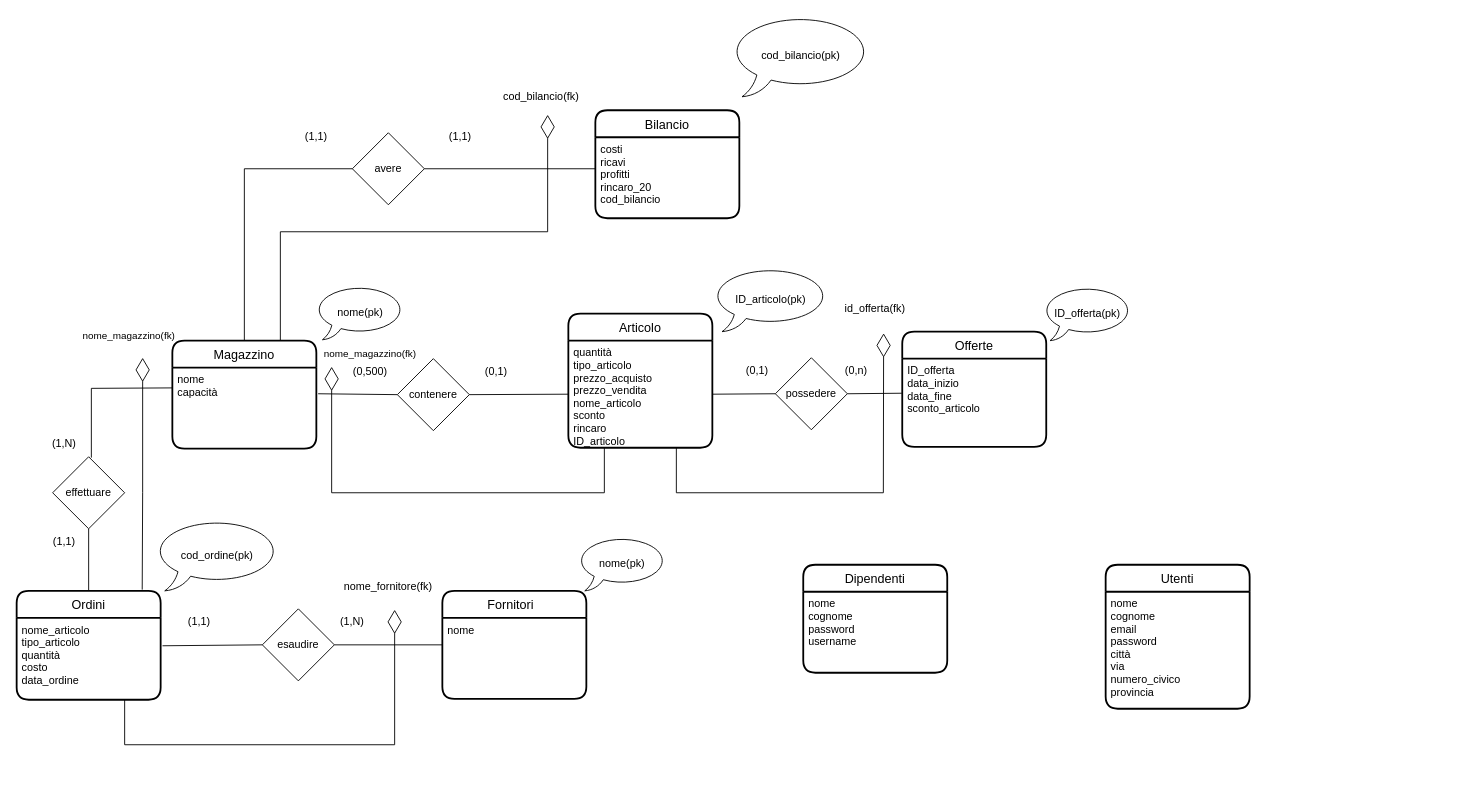
Earlier version of the draw.io diagram AccessPort.drawio (Bugigio/Negozi-Sportivi). Source tidied: cells renumbered, new cells numbered last; positions are measured from the earlier drawing's top-left corner, leaving out a move shared by most shapes. Both pictures are drawn from the tidied source at 90%, with x=0, y=0 at pixel (16, 15).
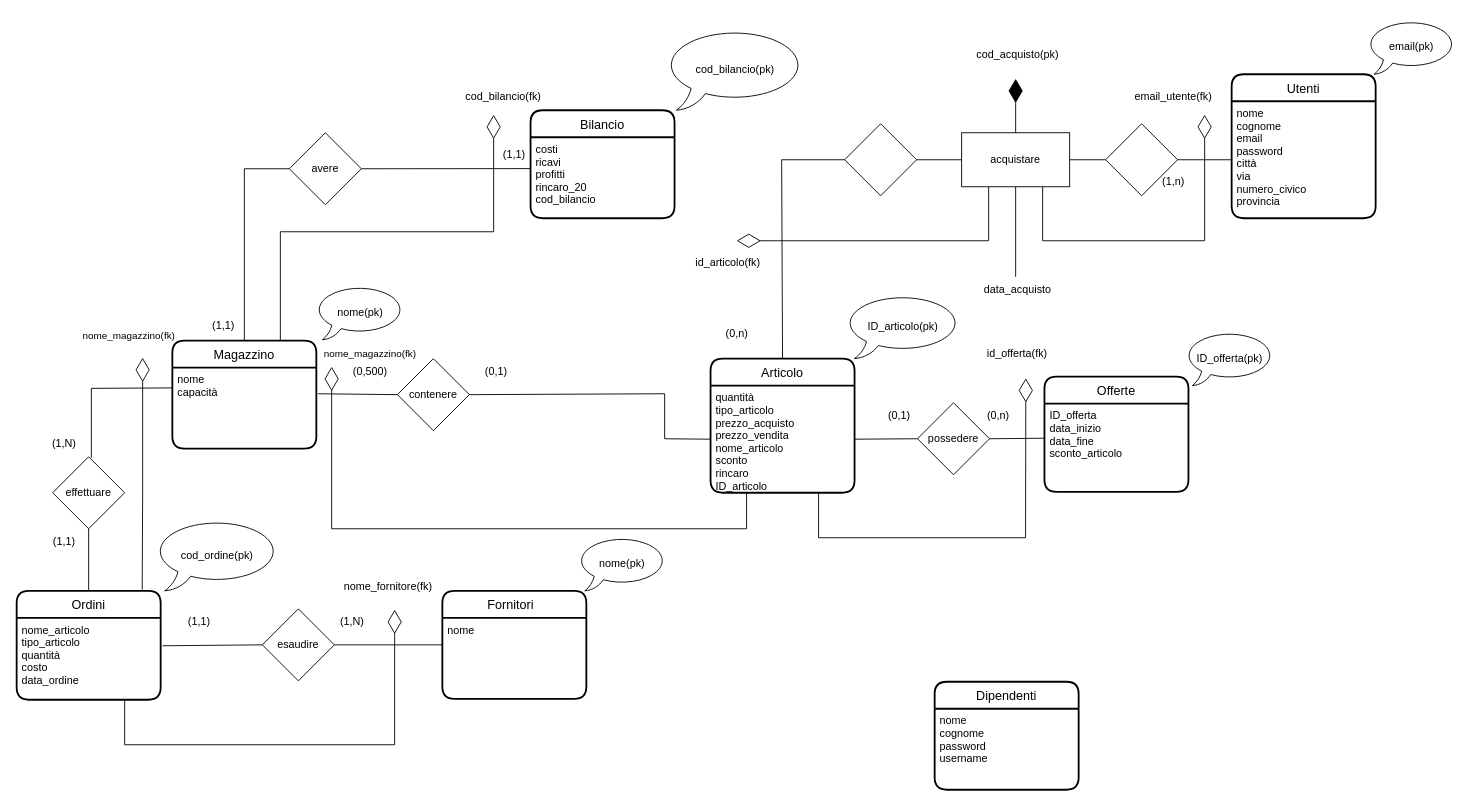
After the change.

The change refers to these unchanged cells:
```xml
<mxCell id="2" value="contenere" style="rhombus;whiteSpace=wrap;html=1;fillColor=#FFFFFF;" parent="1" vertex="1">
  <mxGeometry x="423" y="381" width="80" height="80" as="geometry" />
</mxCell>
<mxCell id="15" value="quantità&#10;tipo_articolo&#10;prezzo_acquisto&#10;prezzo_vendita&#10;nome_articolo&#10;sconto&#10;rincaro&#10;ID_articolo" style="align=left;strokeColor=none;fillColor=none;spacingLeft=4;fontSize=12;verticalAlign=top;" parent="14" vertex="1">
  <mxGeometry y="30" width="160" height="119" as="geometry" />
</mxCell>
<mxCell id="17" value="costi&#10;ricavi&#10;profitti&#10;rincaro_20&#10;cod_bilancio" style="align=left;strokeColor=none;fillColor=none;spacingLeft=4;fontSize=12;verticalAlign=top;" parent="16" vertex="1">
  <mxGeometry y="30" width="160" height="90" as="geometry" />
</mxCell>
<mxCell id="22" value="Magazzino" style="swimlane;horizontal=1;startSize=30;rounded=1;fontSize=14;fontStyle=0;strokeWidth=2;shadow=0;dashed=0;align=center;fillColor=default;" parent="1" vertex="1">
  <mxGeometry x="173" y="361" width="160" height="120" as="geometry" />
</mxCell>
<mxCell id="58" value="nome&#10;cognome&#10;email&#10;password&#10;città&#10;via &#10;numero_civico&#10;provincia" style="align=left;strokeColor=none;fillColor=none;spacingLeft=4;fontSize=12;verticalAlign=top;" parent="57" vertex="1">
  <mxGeometry y="30" width="160" height="130" as="geometry" />
</mxCell>
```

The edit, as a diff of the source:
```diff
@@
     <mxCell id="5" value="avere" style="rhombus;whiteSpace=wrap;html=1;fillColor=#FFFFFF;" parent="1" vertex="1">
-      <mxGeometry x="373" y="130" width="80" height="80" as="geometry" />
+      <mxGeometry x="303" y="130" width="80" height="80" as="geometry" />
     </mxCell>
@@
     <mxCell id="8" value="(1,1)" style="text;html=1;strokeColor=none;fillColor=none;align=center;verticalAlign=middle;whiteSpace=wrap;rounded=0;" parent="1" vertex="1">
-      <mxGeometry x="303" y="120" width="60" height="30" as="geometry" />
+      <mxGeometry x="200" y="330" width="60" height="30" as="geometry" />
     </mxCell>
     <mxCell id="9" value="(1,1)" style="text;html=1;strokeColor=none;fillColor=none;align=center;verticalAlign=middle;whiteSpace=wrap;rounded=0;" parent="1" vertex="1">
-      <mxGeometry x="463" y="120" width="60" height="30" as="geometry" />
+      <mxGeometry x="523" y="140" width="60" height="30" as="geometry" />
     </mxCell>
@@
     <mxCell id="14" value="Articolo" style="swimlane;horizontal=1;startSize=30;rounded=1;fontSize=14;fontStyle=0;strokeWidth=2;shadow=0;dashed=0;align=center;fillColor=default;" parent="1" vertex="1">
-      <mxGeometry x="613" y="331" width="160" height="149" as="geometry" />
+      <mxGeometry x="771" y="381" width="160" height="149" as="geometry" />
     </mxCell>
@@
     <mxCell id="16" value="Bilancio" style="swimlane;horizontal=1;startSize=30;rounded=1;fontSize=14;fontStyle=0;strokeWidth=2;shadow=0;dashed=0;align=center;fillColor=default;" parent="1" vertex="1">
-      <mxGeometry x="643" y="105" width="160" height="120" as="geometry" />
+      <mxGeometry x="571" y="105" width="160" height="120" as="geometry" />
     </mxCell>
@@
     <mxCell id="24" value="Offerte" style="swimlane;horizontal=1;startSize=30;rounded=1;fontSize=14;fontStyle=0;strokeWidth=2;shadow=0;dashed=0;align=center;fillColor=default;" parent="1" vertex="1">
-      <mxGeometry x="984" y="351" width="160" height="128" as="geometry" />
+      <mxGeometry x="1142" y="401" width="160" height="128" as="geometry" />
     </mxCell>
@@
-    <mxCell id="27" style="endArrow=none;html=1;rounded=0;entryX=1;entryY=0.5;entryDx=0;entryDy=0;" parent="1" edge="1" target="5">
-      <mxGeometry relative="1" as="geometry">
-        <mxPoint x="643" y="170" as="sourcePoint" />
-      </mxGeometry>
+    <mxCell id="27" style="endArrow=none;html=1;rounded=0;entryX=1;entryY=0.5;entryDx=0;entryDy=0;exitX=0.003;exitY=0.387;exitDx=0;exitDy=0;exitPerimeter=0;" parent="1" edge="1" source="17" target="5">
+      <mxGeometry relative="1" as="geometry" />
     </mxCell>
@@
     <mxCell id="29" style="endArrow=none;html=1;rounded=0;exitX=1;exitY=0.5;exitDx=0;exitDy=0;entryX=0;entryY=0.5;entryDx=0;entryDy=0;" parent="1" edge="1" source="2" target="15">
-      <mxGeometry relative="1" as="geometry" />
+      <mxGeometry relative="1" as="geometry">
+        <Array as="points">
+          <mxPoint x="720" y="420" />
+          <mxPoint x="720" y="470" />
+        </Array>
+      </mxGeometry>
     </mxCell>
@@
     <mxCell id="33" value="possedere" style="rhombus;whiteSpace=wrap;html=1;fillColor=default;" parent="1" vertex="1">
-      <mxGeometry x="843" y="380" width="80" height="80" as="geometry" />
+      <mxGeometry x="1001" y="430" width="80" height="80" as="geometry" />
     </mxCell>
@@
     <mxCell id="36" value="(0,n)" style="text;html=1;strokeColor=none;fillColor=none;align=center;verticalAlign=middle;whiteSpace=wrap;rounded=0;" parent="1" vertex="1">
-      <mxGeometry x="903" y="380" width="60" height="30" as="geometry" />
+      <mxGeometry x="1061" y="430" width="60" height="30" as="geometry" />
     </mxCell>
     <mxCell id="37" value="(0,1)" style="text;html=1;strokeColor=none;fillColor=none;align=center;verticalAlign=middle;whiteSpace=wrap;rounded=0;" parent="1" vertex="1">
-      <mxGeometry x="793" y="380" width="60" height="30" as="geometry" />
+      <mxGeometry x="951" y="430" width="60" height="30" as="geometry" />
     </mxCell>
@@
     <mxCell id="41" value="ID_offerta(pk)" style="whiteSpace=wrap;html=1;shape=mxgraph.basic.oval_callout;" parent="1" vertex="1">
-      <mxGeometry x="1140" y="301" width="100" height="60" as="geometry" />
+      <mxGeometry x="1298" y="351" width="100" height="60" as="geometry" />
     </mxCell>
     <mxCell id="42" value="ID_articolo(pk)" style="whiteSpace=wrap;html=1;shape=mxgraph.basic.oval_callout;" parent="1" vertex="1">
-      <mxGeometry x="773" y="280" width="130" height="71" as="geometry" />
+      <mxGeometry x="920" y="310" width="130" height="71" as="geometry" />
     </mxCell>
     <mxCell id="43" value="cod_bilancio(pk)" style="whiteSpace=wrap;html=1;shape=mxgraph.basic.oval_callout;" parent="1" vertex="1">
-      <mxGeometry x="793" width="157" height="90" as="geometry" />
+      <mxGeometry x="720" y="15" width="157" height="90" as="geometry" />
     </mxCell>
     <mxCell id="44" style="endArrow=diamondThin;endFill=0;endSize=24;html=1;rounded=0;exitX=0.75;exitY=0;exitDx=0;exitDy=0;" parent="1" edge="1" source="22">
       <mxGeometry relative="1" as="geometry">
-        <mxPoint x="590" y="110" as="targetPoint" />
+        <mxPoint x="530" y="110" as="targetPoint" />
         <Array as="points">
           <mxPoint x="293" y="240" />
-          <mxPoint x="590" y="240" />
+          <mxPoint x="530" y="240" />
         </Array>
       </mxGeometry>
     </mxCell>
     <mxCell id="45" value="cod_bilancio(fk)" style="text;html=1;strokeColor=none;fillColor=none;align=center;verticalAlign=middle;whiteSpace=wrap;rounded=0;" parent="1" vertex="1">
-      <mxGeometry x="553" y="75" width="60" height="30" as="geometry" />
+      <mxGeometry x="511" y="75" width="60" height="30" as="geometry" />
     </mxCell>
@@
     <mxCell id="49" style="endArrow=diamondThin;endFill=0;endSize=24;html=1;rounded=0;exitX=0.25;exitY=1;exitDx=0;exitDy=0;" parent="1" edge="1" source="14">
       <mxGeometry relative="1" as="geometry">
         <mxPoint x="350" y="390" as="targetPoint" />
         <Array as="points">
-          <mxPoint x="653" y="530" />
-          <mxPoint x="350" y="530" />
+          <mxPoint x="811" y="570" />
+          <mxPoint x="350" y="570" />
         </Array>
       </mxGeometry>
     </mxCell>
@@
     <mxCell id="53" style="endArrow=diamondThin;endFill=0;endSize=24;html=1;rounded=0;exitX=0.75;exitY=1;exitDx=0;exitDy=0;entryX=0.672;entryY=1.061;entryDx=0;entryDy=0;entryPerimeter=0;" parent="1" edge="1" source="14">
       <mxGeometry relative="1" as="geometry">
-        <mxPoint x="963.3" y="352.8" as="targetPoint" />
+        <mxPoint x="1121.3" y="402.8" as="targetPoint" />
         <Array as="points">
-          <mxPoint x="733" y="530" />
-          <mxPoint x="963" y="530" />
+          <mxPoint x="891" y="580" />
+          <mxPoint x="1121" y="580" />
         </Array>
       </mxGeometry>
     </mxCell>
     <mxCell id="54" value="id_offerta(fk)" style="text;html=1;strokeColor=none;fillColor=none;align=center;verticalAlign=middle;whiteSpace=wrap;rounded=0;" parent="1" vertex="1">
-      <mxGeometry x="924" y="311" width="60" height="30" as="geometry" />
+      <mxGeometry x="1082" y="361" width="60" height="30" as="geometry" />
     </mxCell>
     <mxCell id="55" value="Dipendenti" style="swimlane;horizontal=1;startSize=30;rounded=1;fontSize=14;fontStyle=0;strokeWidth=2;shadow=0;dashed=0;align=center;fillColor=default;" parent="1" vertex="1">
-      <mxGeometry x="874" y="610" width="160" height="120" as="geometry" />
+      <mxGeometry x="1020" y="740" width="160" height="120" as="geometry" />
     </mxCell>
@@
     <mxCell id="57" value="Utenti" style="swimlane;horizontal=1;startSize=30;rounded=1;fontSize=14;fontStyle=0;strokeWidth=2;shadow=0;dashed=0;align=center;fillColor=default;" parent="1" vertex="1">
-      <mxGeometry x="1210" y="610" width="160" height="160" as="geometry" />
+      <mxGeometry x="1350" y="65" width="160" height="160" as="geometry" />
     </mxCell>
@@
+    <mxCell id="59" value="acquistare" style="rounded=0;whiteSpace=wrap;html=1;" parent="1" vertex="1">
+      <mxGeometry x="1050" y="130" width="120" height="60" as="geometry" />
+    </mxCell>
+    <mxCell id="60" style="rhombus;whiteSpace=wrap;html=1;fillColor=#FFFFFF;" parent="1" vertex="1">
+      <mxGeometry x="920" y="120" width="80" height="80" as="geometry" />
+    </mxCell>
+    <mxCell id="61" style="rhombus;whiteSpace=wrap;html=1;fillColor=#FFFFFF;" parent="1" vertex="1">
+      <mxGeometry x="1210" y="120" width="80" height="80" as="geometry" />
+    </mxCell>
+    <mxCell id="62" style="endArrow=none;html=1;rounded=0;exitX=1;exitY=0.5;exitDx=0;exitDy=0;entryX=0;entryY=0.5;entryDx=0;entryDy=0;" parent="1" edge="1" source="60" target="59">
+      <mxGeometry relative="1" as="geometry" />
+    </mxCell>
+    <mxCell id="63" style="endArrow=none;html=1;rounded=0;exitX=1;exitY=0.5;exitDx=0;exitDy=0;entryX=0;entryY=0.5;entryDx=0;entryDy=0;" parent="1" edge="1" source="59" target="61">
+      <mxGeometry relative="1" as="geometry" />
+    </mxCell>
+    <mxCell id="64" style="endArrow=none;html=1;rounded=0;exitX=1;exitY=0.5;exitDx=0;exitDy=0;entryX=0;entryY=0.5;entryDx=0;entryDy=0;" parent="1" edge="1" source="61" target="58">
+      <mxGeometry relative="1" as="geometry" />
+    </mxCell>
+    <mxCell id="65" style="endArrow=none;html=1;rounded=0;exitX=0;exitY=0.5;exitDx=0;exitDy=0;entryX=0.5;entryY=0;entryDx=0;entryDy=0;" parent="1" edge="1" source="60" target="14">
+      <mxGeometry relative="1" as="geometry">
+        <Array as="points">
+          <mxPoint x="850" y="160" />
+        </Array>
+      </mxGeometry>
+    </mxCell>
+    <mxCell id="66" style="endArrow=diamondThin;endFill=1;endSize=24;html=1;rounded=0;exitX=0.5;exitY=0;exitDx=0;exitDy=0;" parent="1" edge="1" source="59">
+      <mxGeometry relative="1" as="geometry">
+        <mxPoint x="1110" y="70" as="targetPoint" />
+      </mxGeometry>
+    </mxCell>
+    <mxCell id="67" value="cod_acquisto(pk)" style="text;html=1;align=center;verticalAlign=middle;strokeColor=none;fillColor=none;" parent="1" vertex="1">
+      <mxGeometry x="1057" y="28" width="110" height="30" as="geometry" />
+    </mxCell>
+    <mxCell id="68" style="endArrow=diamondThin;endFill=0;endSize=24;html=1;rounded=0;exitX=0.25;exitY=1;exitDx=0;exitDy=0;" parent="1" edge="1" source="59">
+      <mxGeometry relative="1" as="geometry">
+        <mxPoint x="800" y="250" as="targetPoint" />
+        <Array as="points">
+          <mxPoint x="1080" y="250" />
+        </Array>
+      </mxGeometry>
+    </mxCell>
+    <mxCell id="69" value="id_articolo(fk)" style="text;html=1;align=center;verticalAlign=middle;strokeColor=none;fillColor=none;" parent="1" vertex="1">
+      <mxGeometry x="740" y="260" width="100" height="30" as="geometry" />
+    </mxCell>
+    <mxCell id="70" style="endArrow=diamondThin;endFill=0;endSize=24;html=1;rounded=0;exitX=0.75;exitY=1;exitDx=0;exitDy=0;" parent="1" edge="1" source="59">
+      <mxGeometry relative="1" as="geometry">
+        <mxPoint x="1320" y="110" as="targetPoint" />
+        <Array as="points">
+          <mxPoint x="1140" y="250" />
+          <mxPoint x="1320" y="250" />
+        </Array>
+      </mxGeometry>
+    </mxCell>
+    <mxCell id="71" value="email_utente(fk)" style="text;html=1;align=center;verticalAlign=middle;strokeColor=none;fillColor=none;" parent="1" vertex="1">
+      <mxGeometry x="1230" y="75" width="110" height="30" as="geometry" />
+    </mxCell>
+    <mxCell id="72" style="endArrow=none;html=1;rounded=0;exitX=0.5;exitY=1;exitDx=0;exitDy=0;" parent="1" edge="1" source="59">
+      <mxGeometry relative="1" as="geometry">
+        <mxPoint x="1110" y="290" as="targetPoint" />
+      </mxGeometry>
+    </mxCell>
+    <mxCell id="73" value="data_acquisto" style="text;html=1;align=center;verticalAlign=middle;strokeColor=none;fillColor=none;" parent="1" vertex="1">
+      <mxGeometry x="1062" y="290" width="100" height="30" as="geometry" />
+    </mxCell>
+    <mxCell id="74" value="email(pk)" style="whiteSpace=wrap;html=1;shape=mxgraph.basic.oval_callout;" parent="1" vertex="1">
+      <mxGeometry x="1500" y="5" width="100" height="60" as="geometry" />
+    </mxCell>
+    <mxCell id="75" value="(0,n)" style="text;html=1;align=center;verticalAlign=middle;strokeColor=none;fillColor=none;" parent="1" vertex="1">
+      <mxGeometry x="775" y="338" width="50" height="30" as="geometry" />
+    </mxCell>
+    <mxCell id="76" value="(1,n)" style="text;html=1;align=center;verticalAlign=middle;strokeColor=none;fillColor=none;" parent="1" vertex="1">
+      <mxGeometry x="1260" y="170" width="50" height="30" as="geometry" />
+    </mxCell>
```
